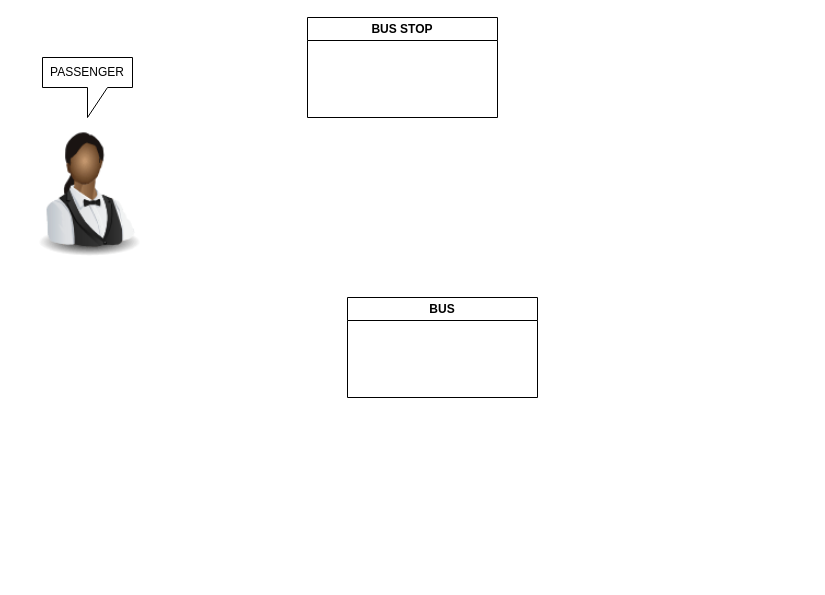
The draw.io diagram BUS_projetc.drawio in christech1/BUS_structure_diagram, before the edit. Source tidied: cells renumbered, new cells numbered last; positions are measured from the earlier drawing's top-left corner, leaving out a move shared by most shapes. Both pictures are drawn from the tidied source at 100%, with x=0, y=0 at pixel (17, 17). Pictures stored in the file or linked from it are replaced by grey dashed boxes.
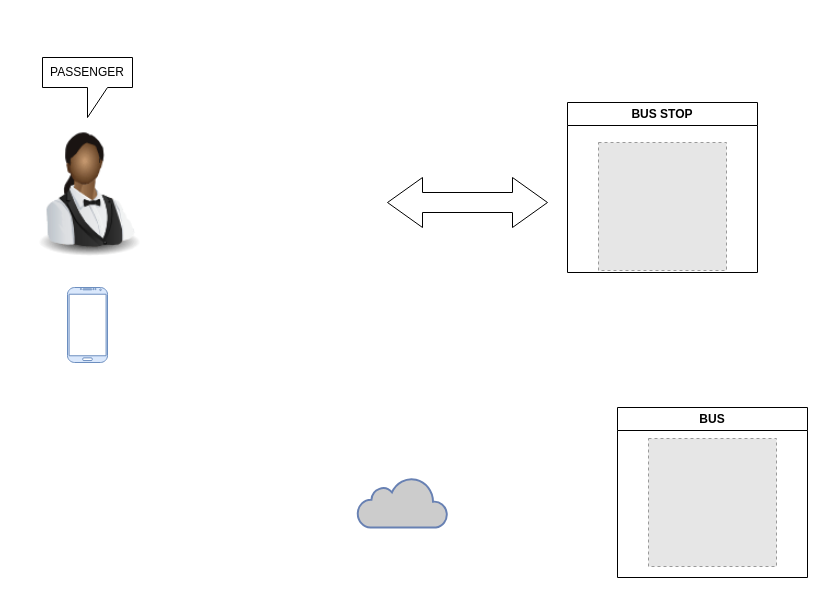
After the change.

Change to the diagram source:
```diff
@@
 <mxGraphModel>
   <root>
     <mxCell id="0" />
     <mxCell id="1" parent="0" />
     <mxCell id="2" style="image;html=1;image=img/lib/clip_art/people/Waiter_Woman_Black_128x128.png;" parent="1" vertex="1">
       <mxGeometry y="100" width="140" height="140" as="geometry" />
     </mxCell>
     <mxCell id="3" value="BUS" style="swimlane;whiteSpace=wrap;html=1;" parent="1" vertex="1">
-      <mxGeometry x="330" y="280" width="190" height="100" as="geometry" />
+      <mxGeometry x="600" y="390" width="190" height="170" as="geometry" />
     </mxCell>
+    <mxCell id="6" style="fillColor=#E6E6E6;strokeColor=#999999;dashed=1;html=1;verticalAlign=top;verticalLabelPosition=bottom;labelBackgroundColor=#ffffff;" parent="3" vertex="1">
+      <mxGeometry x="31" y="31" width="128" height="128" as="geometry" />
+    </mxCell>
     <mxCell id="4" value="BUS STOP" style="swimlane;whiteSpace=wrap;html=1;" parent="1" vertex="1">
-      <mxGeometry x="290" width="190" height="100" as="geometry" />
+      <mxGeometry x="550" y="85" width="190" height="170" as="geometry" />
     </mxCell>
+    <mxCell id="7" style="fillColor=#E6E6E6;strokeColor=#999999;dashed=1;html=1;verticalAlign=top;verticalLabelPosition=bottom;labelBackgroundColor=#ffffff;" parent="4" vertex="1">
+      <mxGeometry x="31" y="40" width="128" height="128" as="geometry" />
+    </mxCell>
     <mxCell id="5" value="PASSENGER" style="shape=callout;whiteSpace=wrap;html=1;perimeter=calloutPerimeter;" parent="1" vertex="1">
       <mxGeometry x="25" y="40" width="90" height="60" as="geometry" />
     </mxCell>
+    <mxCell id="8" style="html=1;fillColor=#CCCCCC;strokeColor=#6881B3;gradientColor=none;gradientDirection=north;strokeWidth=2;shape=mxgraph.networks.cloud;fontColor=#ffffff;" parent="1" vertex="1">
+      <mxGeometry x="340" y="460" width="90" height="50" as="geometry" />
+    </mxCell>
+    <mxCell id="9" style="html=1;shadow=0;dashed=0;align=center;verticalAlign=middle;shape=mxgraph.arrows2.twoWayArrow;dy=0.6;dx=35;" parent="1" vertex="1">
+      <mxGeometry x="370" y="160" width="160" height="50" as="geometry" />
+    </mxCell>
+    <mxCell id="10" style="verticalLabelPosition=bottom;verticalAlign=top;html=1;shadow=0;dashed=0;strokeWidth=1;shape=mxgraph.android.phone2;strokeColor=#6c8ebf;fillColor=#dae8fc;" parent="1" vertex="1">
+      <mxGeometry x="50" y="270" width="40" height="75" as="geometry" />
+    </mxCell>
   </root>
 </mxGraphModel>
```
